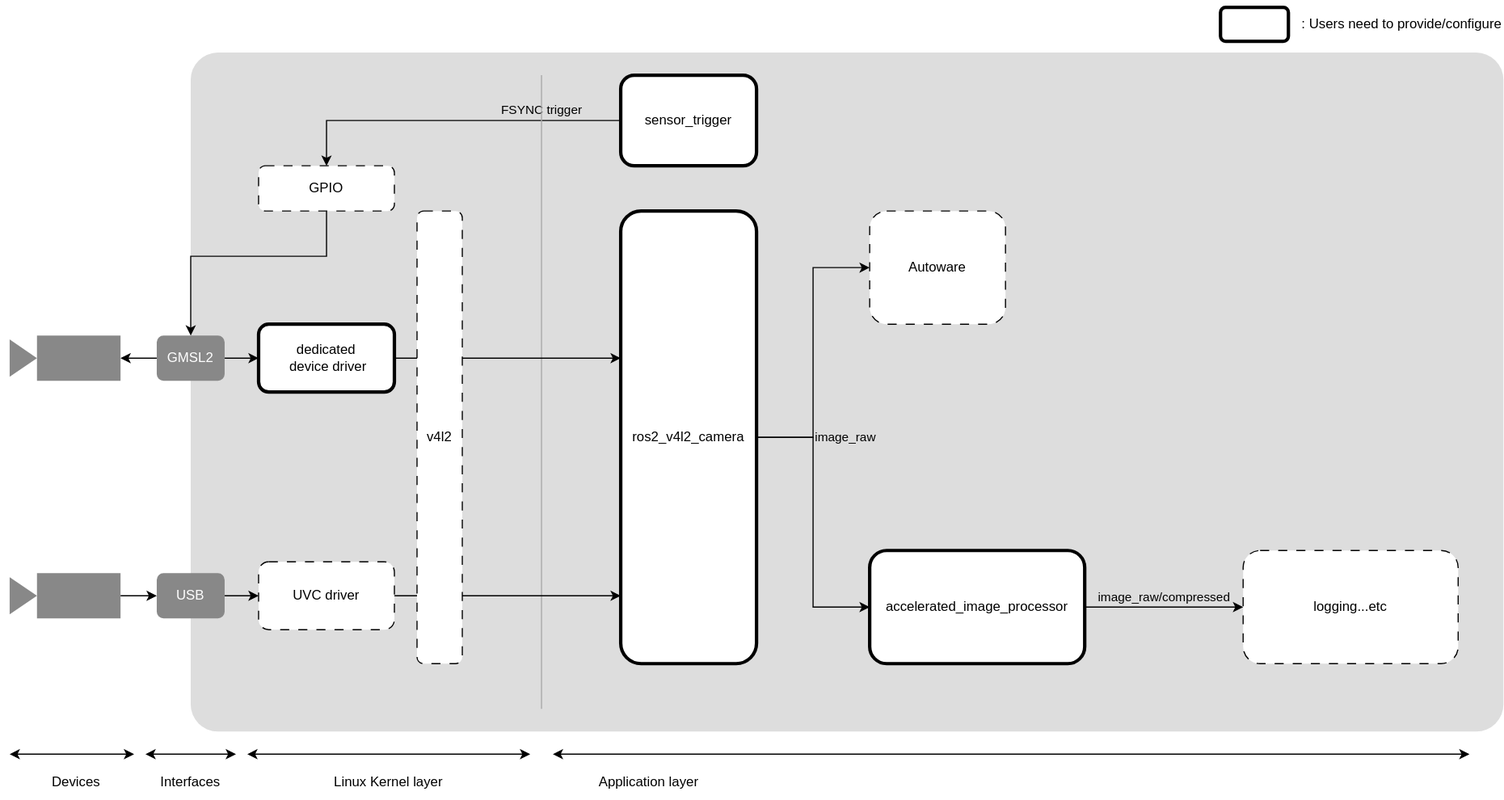
Above: docs/how-to-guides/integrating-autoware/integrating-sensors/images/camera_connection_architecture_overview.svg in autowarefoundation/autoware-documentation (draw.io), before the change. Source tidied: cells renumbered, new cells last; positions are measured from the earlier drawing's top-left corner, leaving out a move shared by most shapes.
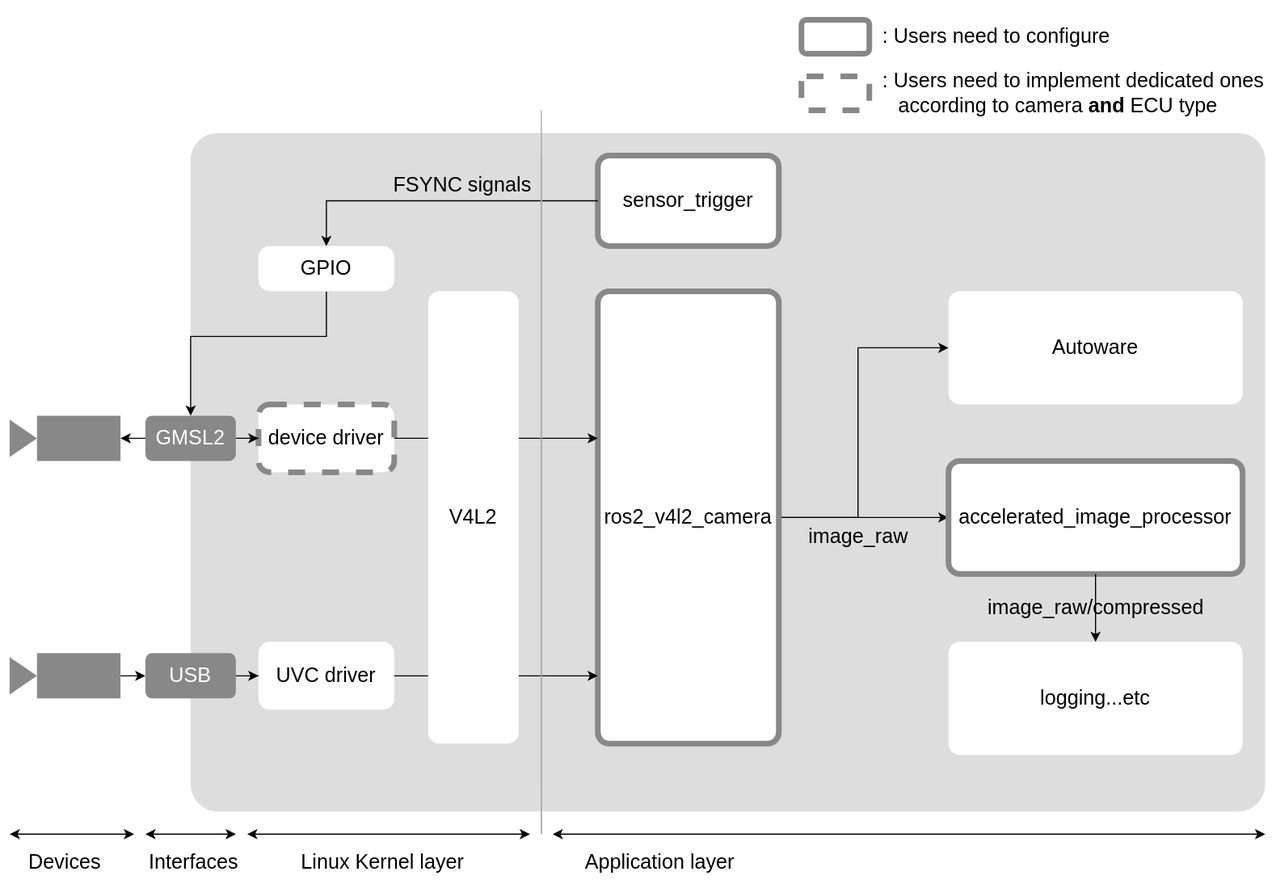
Above is the later version.

Commit message:
docs: update overview figure to show requirement explicitly

this commit also includes visual update

The edit, as a diff of the source:
```diff
@@ -2,55 +2,57 @@
   <root>
     <mxCell id="0" />
     <mxCell id="1" parent="0" />
-    <mxCell id="2" style="rounded=1;whiteSpace=wrap;html=1;strokeColor=none;fillColor=#DDDDDD;arcSize=4;" parent="1" vertex="1">
-      <mxGeometry x="160" y="40" width="1160" height="600" as="geometry" />
+    <mxCell id="2" style="rounded=1;whiteSpace=wrap;html=1;strokeColor=none;fillColor=#DDDDDD;arcSize=4;fontSize=18;" parent="1" vertex="1">
+      <mxGeometry x="160" y="40" width="950" height="600" as="geometry" />
     </mxCell>
-    <mxCell id="3" style="shape=mxgraph.signs.tech.video_camera;html=1;fillColor=#888888;strokeColor=none;verticalLabelPosition=bottom;verticalAlign=top;align=center;flipH=1;" parent="1" vertex="1">
+    <mxCell id="3" style="shape=mxgraph.signs.tech.video_camera;html=1;fillColor=#888888;strokeColor=none;verticalLabelPosition=bottom;verticalAlign=top;align=center;flipH=1;fontSize=18;" parent="1" vertex="1">
       <mxGeometry y="290" width="98" height="40" as="geometry" />
     </mxCell>
-    <mxCell id="4" style="edgeStyle=orthogonalEdgeStyle;rounded=0;jettySize=auto;html=1;" parent="1" edge="1" source="5" target="28">
+    <mxCell id="4" style="edgeStyle=orthogonalEdgeStyle;rounded=0;jettySize=auto;html=1;fontSize=18;strokeColor=default;" parent="1" edge="1" source="5" target="28">
       <mxGeometry relative="1" as="geometry" />
     </mxCell>
-    <mxCell id="5" style="shape=mxgraph.signs.tech.video_camera;html=1;fillColor=#888888;strokeColor=none;verticalLabelPosition=bottom;verticalAlign=top;align=center;flipH=1;" parent="1" vertex="1">
+    <mxCell id="5" style="shape=mxgraph.signs.tech.video_camera;html=1;fillColor=#888888;strokeColor=none;verticalLabelPosition=bottom;verticalAlign=top;align=center;flipH=1;fontSize=18;" parent="1" vertex="1">
       <mxGeometry y="500" width="98" height="40" as="geometry" />
     </mxCell>
-    <mxCell id="6" value="dedicated&lt;div&gt;&amp;nbsp;device driver&lt;/div&gt;" style="rounded=1;whiteSpace=wrap;html=1;strokeWidth=3;" parent="1" vertex="1">
+    <mxCell id="6" value="&lt;div&gt;&lt;span style=&quot;background-color: transparent;&quot;&gt;&lt;font style=&quot;color: light-dark(rgb(0, 0, 0), rgb(255, 255, 255));&quot;&gt;device driver&lt;/font&gt;&lt;/span&gt;&lt;/div&gt;" style="rounded=1;whiteSpace=wrap;html=1;strokeWidth=5;fillStyle=auto;fillColor=light-dark(#FFFFFF,#000000);dashed=1;fontSize=18;absoluteArcSize=1;strokeColor=#888888;" parent="1" vertex="1">
       <mxGeometry x="220" y="280" width="120" height="60" as="geometry" />
     </mxCell>
-    <mxCell id="7" value="UVC driver" style="rounded=1;whiteSpace=wrap;html=1;dashed=1;dashPattern=8 8;" parent="1" vertex="1">
+    <mxCell id="7" value="UVC driver" style="rounded=1;whiteSpace=wrap;html=1;dashed=1;dashPattern=8 8;fontSize=18;strokeColor=none;absoluteArcSize=1;" parent="1" vertex="1">
       <mxGeometry x="220" y="490" width="120" height="60" as="geometry" />
     </mxCell>
-    <mxCell id="8" value="image_raw" style="edgeStyle=orthogonalEdgeStyle;rounded=0;jettySize=auto;html=1;entryX=0;entryY=0.5;entryDx=0;entryDy=0;labelBackgroundColor=none;align=left;labelPosition=right;verticalLabelPosition=middle;verticalAlign=middle;" parent="1" edge="1" source="10" target="11">
-      <mxGeometry x="-0.6" relative="1" as="geometry" />
+    <mxCell id="8" value="&lt;font style=&quot;color: rgb(0, 0, 0);&quot;&gt;image_raw&lt;/font&gt;" style="edgeStyle=orthogonalEdgeStyle;rounded=0;jettySize=auto;html=1;entryX=0;entryY=0.5;entryDx=0;entryDy=0;labelBackgroundColor=none;align=center;labelPosition=center;verticalLabelPosition=bottom;verticalAlign=top;fontSize=18;strokeColor=#000000;" parent="1" edge="1" source="10" target="11">
+      <mxGeometry x="-0.53" relative="1" as="geometry">
+        <Array as="points">
+          <mxPoint x="750" y="380" />
+          <mxPoint x="750" y="230" />
+        </Array>
+      </mxGeometry>
     </mxCell>
-    <mxCell id="9" style="edgeStyle=orthogonalEdgeStyle;rounded=0;jettySize=auto;html=1;" parent="1" edge="1" source="10" target="13">
+    <mxCell id="9" style="edgeStyle=orthogonalEdgeStyle;rounded=0;jettySize=auto;html=1;fontSize=18;strokeColor=#000000;entryX=0;entryY=0.5;entryDx=0;entryDy=0;" parent="1" edge="1" source="10" target="13">
       <mxGeometry relative="1" as="geometry" />
     </mxCell>
-    <mxCell id="10" value="ros2_v4l2_camera" style="rounded=1;whiteSpace=wrap;html=1;strokeWidth=3;" parent="1" vertex="1">
-      <mxGeometry x="540" y="180" width="120" height="400" as="geometry" />
+    <mxCell id="10" value="ros2_v4l2_camera" style="rounded=1;whiteSpace=wrap;html=1;strokeWidth=5;fontSize=18;absoluteArcSize=1;strokeColor=#888888;" parent="1" vertex="1">
+      <mxGeometry x="520" y="180" width="160" height="400" as="geometry" />
     </mxCell>
-    <mxCell id="11" value="Autoware" style="rounded=1;whiteSpace=wrap;html=1;dashed=1;dashPattern=8 8;" parent="1" vertex="1">
-      <mxGeometry x="760" y="180" width="120" height="100" as="geometry" />
+    <mxCell id="11" value="Autoware" style="rounded=1;whiteSpace=wrap;html=1;dashed=1;dashPattern=8 8;fontSize=18;strokeColor=none;absoluteArcSize=1;" parent="1" vertex="1">
+      <mxGeometry x="830" y="180" width="260" height="100" as="geometry" />
     </mxCell>
+    <mxCell id="13" value="accelerated_image_processor" style="rounded=1;whiteSpace=wrap;html=1;strokeWidth=5;fontSize=18;absoluteArcSize=1;strokeColor=#888888;" parent="1" vertex="1">
+      <mxGeometry x="830" y="330" width="260" height="100" as="geometry" />
+    </mxCell>
+    <mxCell id="15" value="sensor_trigger" style="rounded=1;whiteSpace=wrap;html=1;strokeWidth=5;fontSize=18;absoluteArcSize=1;strokeColor=#888888;" parent="1" vertex="1">
+      <mxGeometry x="520" y="60" width="160" height="80" as="geometry" />
+    </mxCell>
-    <mxCell id="12" value="image_raw/compressed" style="edgeStyle=orthogonalEdgeStyle;rounded=0;jettySize=auto;html=1;labelPosition=center;verticalLabelPosition=top;align=center;verticalAlign=bottom;labelBackgroundColor=none;" parent="1" edge="1" source="13" target="29">
+    <mxCell id="12" value="&lt;font style=&quot;color: rgb(0, 0, 0);&quot;&gt;image_raw/compressed&lt;/font&gt;" style="edgeStyle=orthogonalEdgeStyle;rounded=0;jettySize=auto;html=1;labelPosition=center;verticalLabelPosition=middle;align=center;verticalAlign=middle;labelBackgroundColor=none;fontSize=18;strokeColor=#000000;" parent="1" edge="1" source="13" target="29">
       <mxGeometry relative="1" as="geometry" />
     </mxCell>
-    <mxCell id="13" value="accelerated_image_processor" style="rounded=1;whiteSpace=wrap;html=1;strokeWidth=3;" parent="1" vertex="1">
-      <mxGeometry x="760" y="480" width="190" height="100" as="geometry" />
-    </mxCell>
-    <mxCell id="14" value="FSYNC trigger" style="edgeStyle=orthogonalEdgeStyle;rounded=0;jettySize=auto;html=1;entryX=0.5;entryY=0;entryDx=0;entryDy=0;labelBackgroundColor=none;labelPosition=center;verticalLabelPosition=top;align=center;verticalAlign=bottom;" parent="1" edge="1" source="15" target="19">
-      <mxGeometry x="-0.53" relative="1" as="geometry" />
-    </mxCell>
-    <mxCell id="15" value="sensor_trigger" style="rounded=1;whiteSpace=wrap;html=1;strokeWidth=3;" parent="1" vertex="1">
-      <mxGeometry x="540" y="60" width="120" height="80" as="geometry" />
-    </mxCell>
-    <mxCell id="16" value="Linux Kernel layer" style="text;html=1;align=center;verticalAlign=middle;whiteSpace=wrap;rounded=0;" parent="1" vertex="1">
-      <mxGeometry x="270" y="670" width="130" height="30" as="geometry" />
+    <mxCell id="16" value="Linux Kernel layer" style="text;html=1;align=center;verticalAlign=middle;whiteSpace=wrap;rounded=0;fontSize=18;" parent="1" vertex="1">
+      <mxGeometry x="250" y="670" width="160" height="30" as="geometry" />
     </mxCell>
-    <mxCell id="17" value="Application layer" style="text;html=1;align=center;verticalAlign=middle;whiteSpace=wrap;rounded=0;" parent="1" vertex="1">
-      <mxGeometry x="500" y="670" width="130" height="30" as="geometry" />
+    <mxCell id="17" value="Application layer" style="text;html=1;align=center;verticalAlign=middle;whiteSpace=wrap;rounded=0;fontSize=18;" parent="1" vertex="1">
+      <mxGeometry x="500" y="670" width="150" height="30" as="geometry" />
     </mxCell>
-    <mxCell id="18" style="edgeStyle=orthogonalEdgeStyle;rounded=0;jettySize=auto;html=1;" parent="1" edge="1" source="19" target="26">
+    <mxCell id="18" style="edgeStyle=orthogonalEdgeStyle;rounded=0;jettySize=auto;html=1;fontSize=18;strokeColor=#000000;" parent="1" edge="1" source="19" target="26">
       <mxGeometry relative="1" as="geometry">
         <Array as="points">
           <mxPoint x="280" y="220" />
@@ -58,80 +60,104 @@
         </Array>
       </mxGeometry>
     </mxCell>
-    <mxCell id="19" value="GPIO" style="rounded=1;whiteSpace=wrap;html=1;dashed=1;dashPattern=8 8;" parent="1" vertex="1">
+    <mxCell id="19" value="GPIO" style="rounded=1;whiteSpace=wrap;html=1;dashed=1;dashPattern=8 8;fontSize=18;strokeColor=none;absoluteArcSize=1;" parent="1" vertex="1">
       <mxGeometry x="220" y="140" width="120" height="40" as="geometry" />
     </mxCell>
-    <mxCell id="20" style="endArrow=none;html=1;strokeWidth=1;rounded=0;strokeColor=#AAAAAA;" parent="1" edge="1">
+    <mxCell id="20" style="endArrow=none;html=1;strokeWidth=1;rounded=0;strokeColor=#AAAAAA;fontSize=18;" parent="1" edge="1">
       <mxGeometry relative="1" as="geometry">
         <mxPoint x="470" y="620" as="sourcePoint" />
         <mxPoint x="470" y="60" as="targetPoint" />
       </mxGeometry>
     </mxCell>
-    <mxCell id="21" style="edgeStyle=orthogonalEdgeStyle;rounded=0;jettySize=auto;html=1;exitX=1;exitY=0.5;exitDx=0;exitDy=0;entryX=0;entryY=0.325;entryDx=0;entryDy=0;entryPerimeter=0;" parent="1" edge="1" source="6" target="10">
+    <mxCell id="21" style="edgeStyle=orthogonalEdgeStyle;rounded=0;jettySize=auto;html=1;exitX=1;exitY=0.5;exitDx=0;exitDy=0;entryX=0;entryY=0.325;entryDx=0;entryDy=0;entryPerimeter=0;fontSize=18;strokeColor=#000000;" parent="1" edge="1" source="6" target="10">
       <mxGeometry relative="1" as="geometry" />
     </mxCell>
-    <mxCell id="22" style="edgeStyle=orthogonalEdgeStyle;rounded=0;jettySize=auto;html=1;entryX=0;entryY=0.85;entryDx=0;entryDy=0;entryPerimeter=0;" parent="1" edge="1" source="7" target="10">
+    <mxCell id="22" style="edgeStyle=orthogonalEdgeStyle;rounded=0;jettySize=auto;html=1;entryX=0;entryY=0.85;entryDx=0;entryDy=0;entryPerimeter=0;fontSize=18;strokeColor=#000000;" parent="1" edge="1" source="7" target="10">
       <mxGeometry relative="1" as="geometry" />
     </mxCell>
-    <mxCell id="23" value="v4l2" style="rounded=1;whiteSpace=wrap;html=1;dashed=1;dashPattern=8 8;" parent="1" vertex="1">
-      <mxGeometry x="360" y="180" width="40" height="400" as="geometry" />
+    <mxCell id="23" value="V4L2" style="rounded=1;whiteSpace=wrap;html=1;dashed=1;dashPattern=8 8;fontSize=18;strokeColor=none;absoluteArcSize=1;fillColor=light-dark(#FFFFFF,#000000);" parent="1" vertex="1">
+      <mxGeometry x="370" y="180" width="80" height="400" as="geometry" />
     </mxCell>
-    <mxCell id="24" style="edgeStyle=orthogonalEdgeStyle;rounded=0;jettySize=auto;html=1;" parent="1" edge="1" source="26" target="3">
+    <mxCell id="24" style="edgeStyle=orthogonalEdgeStyle;rounded=0;jettySize=auto;html=1;fontSize=18;strokeColor=default;" parent="1" edge="1" source="26" target="3">
       <mxGeometry relative="1" as="geometry" />
     </mxCell>
-    <mxCell id="25" style="edgeStyle=orthogonalEdgeStyle;rounded=0;jettySize=auto;html=1;" parent="1" edge="1" source="26" target="6">
+    <mxCell id="25" style="edgeStyle=orthogonalEdgeStyle;rounded=0;jettySize=auto;html=1;fontSize=18;strokeColor=#000000;" parent="1" edge="1" source="26" target="6">
       <mxGeometry relative="1" as="geometry" />
     </mxCell>
-    <mxCell id="26" value="&lt;font style=&quot;color: rgb(255, 255, 255);&quot;&gt;GMSL2&lt;/font&gt;" style="rounded=1;whiteSpace=wrap;html=1;dashed=1;dashPattern=8 8;strokeColor=none;fillColor=#888888;" parent="1" vertex="1">
-      <mxGeometry x="130" y="290" width="60" height="40" as="geometry" />
+    <mxCell id="26" value="&lt;font style=&quot;color: rgb(255, 255, 255);&quot;&gt;GMSL2&lt;/font&gt;" style="rounded=1;whiteSpace=wrap;html=1;dashed=1;dashPattern=8 8;strokeColor=none;fillColor=#888888;fontSize=18;" parent="1" vertex="1">
+      <mxGeometry x="120" y="290" width="80" height="40" as="geometry" />
     </mxCell>
-    <mxCell id="27" style="edgeStyle=orthogonalEdgeStyle;rounded=0;jettySize=auto;html=1;" parent="1" edge="1" source="28" target="7">
+    <mxCell id="27" style="edgeStyle=orthogonalEdgeStyle;rounded=0;jettySize=auto;html=1;fontSize=18;strokeColor=#000000;" parent="1" edge="1" source="28" target="7">
       <mxGeometry relative="1" as="geometry" />
     </mxCell>
-    <mxCell id="28" value="&lt;font style=&quot;color: rgb(255, 255, 255);&quot;&gt;USB&lt;/font&gt;" style="rounded=1;whiteSpace=wrap;html=1;dashed=1;dashPattern=8 8;strokeColor=none;fillColor=#888888;" parent="1" vertex="1">
-      <mxGeometry x="130" y="500" width="60" height="40" as="geometry" />
+    <mxCell id="28" value="&lt;font style=&quot;color: rgb(255, 255, 255);&quot;&gt;USB&lt;/font&gt;" style="rounded=1;whiteSpace=wrap;html=1;dashed=1;dashPattern=8 8;strokeColor=none;fillColor=#888888;fontSize=18;" parent="1" vertex="1">
+      <mxGeometry x="120" y="500" width="80" height="40" as="geometry" />
     </mxCell>
-    <mxCell id="29" value="logging...etc" style="rounded=1;whiteSpace=wrap;html=1;dashed=1;dashPattern=8 8;" parent="1" vertex="1">
-      <mxGeometry x="1090" y="480" width="190" height="100" as="geometry" />
+    <mxCell id="29" value="logging...etc" style="rounded=1;whiteSpace=wrap;html=1;dashed=1;dashPattern=8 8;fontSize=18;strokeColor=none;absoluteArcSize=1;" parent="1" vertex="1">
+      <mxGeometry x="830" y="490" width="260" height="100" as="geometry" />
     </mxCell>
-    <mxCell id="30" style="group;" parent="1" vertex="1">
-      <mxGeometry x="1080" width="240" height="30" as="geometry" />
+    <mxCell id="30" style="group;fontSize=18;" parent="1" vertex="1">
+      <mxGeometry x="710" y="-60" width="400" height="30" as="geometry" />
     </mxCell>
-    <mxCell id="31" value=": Users need to provide/configure" style="text;html=1;align=left;verticalAlign=middle;whiteSpace=wrap;rounded=0;" parent="30" vertex="1">
-      <mxGeometry x="60" width="180" height="30" as="geometry" />
+    <mxCell id="31" value=": Users need to configure" style="text;html=1;align=left;verticalAlign=middle;whiteSpace=wrap;rounded=0;fontSize=18;" parent="30" vertex="1">
+      <mxGeometry x="60" width="340" height="30" as="geometry" />
     </mxCell>
-    <mxCell id="32" value="&lt;div&gt;&lt;br&gt;&lt;/div&gt;&lt;div&gt;&lt;br&gt;&lt;/div&gt;&lt;div&gt;&lt;br&gt;&lt;/div&gt;" style="rounded=1;whiteSpace=wrap;html=1;strokeWidth=3;" parent="30" vertex="1">
+    <mxCell id="32" value="&lt;div&gt;&lt;br&gt;&lt;/div&gt;&lt;div&gt;&lt;br&gt;&lt;/div&gt;&lt;div&gt;&lt;br&gt;&lt;/div&gt;" style="rounded=1;whiteSpace=wrap;html=1;strokeWidth=5;fontSize=18;strokeColor=#888888;" parent="30" vertex="1">
       <mxGeometry x="-10" width="60" height="30" as="geometry" />
     </mxCell>
-    <mxCell id="33" value="Interfaces" style="text;html=1;align=center;verticalAlign=middle;whiteSpace=wrap;rounded=0;" parent="1" vertex="1">
-      <mxGeometry x="95" y="670" width="130" height="30" as="geometry" />
+    <mxCell id="33" value="Interfaces" style="text;html=1;align=center;verticalAlign=middle;whiteSpace=wrap;rounded=0;fontSize=18;" parent="1" vertex="1">
+      <mxGeometry x="98" y="670" width="130" height="30" as="geometry" />
     </mxCell>
-    <mxCell id="34" value="Devices" style="text;html=1;align=center;verticalAlign=middle;whiteSpace=wrap;rounded=0;" parent="1" vertex="1">
-      <mxGeometry x="30" y="670" width="58" height="30" as="geometry" />
+    <mxCell id="34" value="Devices" style="text;html=1;align=center;verticalAlign=middle;whiteSpace=wrap;rounded=0;fontSize=18;" parent="1" vertex="1">
+      <mxGeometry x="20" y="670" width="58" height="30" as="geometry" />
     </mxCell>
-    <mxCell id="35" style="endArrow=classic;startArrow=classic;html=1;rounded=0;" parent="1" edge="1">
+    <mxCell id="35" style="endArrow=classic;startArrow=classic;html=1;rounded=0;fontSize=18;" parent="1" edge="1">
       <mxGeometry relative="1" as="geometry">
         <mxPoint y="660" as="sourcePoint" />
         <mxPoint x="110" y="660" as="targetPoint" />
       </mxGeometry>
     </mxCell>
-    <mxCell id="36" style="endArrow=classic;startArrow=classic;html=1;rounded=0;" parent="1" edge="1">
+    <mxCell id="36" style="endArrow=classic;startArrow=classic;html=1;rounded=0;fontSize=18;" parent="1" edge="1">
       <mxGeometry relative="1" as="geometry">
         <mxPoint x="120" y="660" as="sourcePoint" />
         <mxPoint x="200" y="660" as="targetPoint" />
       </mxGeometry>
     </mxCell>
-    <mxCell id="37" style="endArrow=classic;startArrow=classic;html=1;rounded=0;" parent="1" edge="1">
+    <mxCell id="37" style="endArrow=classic;startArrow=classic;html=1;rounded=0;fontSize=18;" parent="1" edge="1">
       <mxGeometry relative="1" as="geometry">
         <mxPoint x="210" y="660" as="sourcePoint" />
         <mxPoint x="460" y="660" as="targetPoint" />
       </mxGeometry>
     </mxCell>
-    <mxCell id="38" style="endArrow=classic;startArrow=classic;html=1;rounded=0;" parent="1" edge="1">
+    <mxCell id="38" style="endArrow=classic;startArrow=classic;html=1;rounded=0;fontSize=18;" parent="1" edge="1">
       <mxGeometry relative="1" as="geometry">
         <mxPoint x="480" y="660" as="sourcePoint" />
-        <mxPoint x="1290" y="660" as="targetPoint" />
+        <mxPoint x="1110" y="660" as="targetPoint" />
       </mxGeometry>
     </mxCell>
+    <mxCell id="39" style="group;fontSize=18;" parent="1" vertex="1">
+      <mxGeometry x="700" y="-10" width="410" height="30" as="geometry" />
+    </mxCell>
+    <mxCell id="40" value="&lt;p style=&quot;padding-left:0.5em;text-indent:-0.5em;&quot;&gt;: Users need to implement dedicated ones&lt;br&gt;&amp;nbsp;according to camera &lt;b&gt;and &lt;/b&gt;ECU type&lt;br&gt;&lt;/p&gt;" style="text;html=1;align=left;verticalAlign=middle;whiteSpace=wrap;rounded=0;fontSize=18;" parent="39" vertex="1">
+      <mxGeometry x="70" width="340" height="30" as="geometry" />
+    </mxCell>
+    <mxCell id="41" value="&lt;div&gt;&lt;br&gt;&lt;/div&gt;&lt;div&gt;&lt;br&gt;&lt;/div&gt;&lt;div&gt;&lt;br&gt;&lt;/div&gt;" style="rounded=1;whiteSpace=wrap;html=1;strokeWidth=5;fillColor=light-dark(#FFFFFF,#000000);dashed=1;fontSize=18;strokeColor=#888888;" parent="39" vertex="1">
+      <mxGeometry width="60" height="30" as="geometry" />
+    </mxCell>
+    <mxCell id="14" value="&lt;font style=&quot;color: rgb(0, 0, 0);&quot;&gt;FSYNC signals&lt;/font&gt;" style="edgeStyle=orthogonalEdgeStyle;rounded=0;jettySize=auto;html=1;entryX=0.5;entryY=0;entryDx=0;entryDy=0;labelBackgroundColor=none;labelPosition=center;verticalLabelPosition=top;align=center;verticalAlign=bottom;fontSize=18;strokeColor=#000000;fontColor=light-dark(#000000,#FFFFFF);" parent="1" edge="1" source="15" target="19">
+      <mxGeometry x="-0.14" relative="1" as="geometry" />
+    </mxCell>
+    <mxCell id="42" style="endArrow=none;html=1;strokeWidth=1;rounded=0;strokeColor=#AAAAAA;fontSize=18;" parent="1" edge="1">
+      <mxGeometry relative="1" as="geometry">
+        <mxPoint x="470" y="660" as="sourcePoint" />
+        <mxPoint x="470" y="60" as="targetPoint" />
+      </mxGeometry>
+    </mxCell>
+    <mxCell id="43" style="endArrow=none;html=1;strokeWidth=1;rounded=0;strokeColor=#AAAAAA;fontSize=18;" parent="1" edge="1">
+      <mxGeometry relative="1" as="geometry">
+        <mxPoint x="470" y="660" as="sourcePoint" />
+        <mxPoint x="470" y="20" as="targetPoint" />
+      </mxGeometry>
+    </mxCell>
   </root>
 </mxGraphModel>
```
